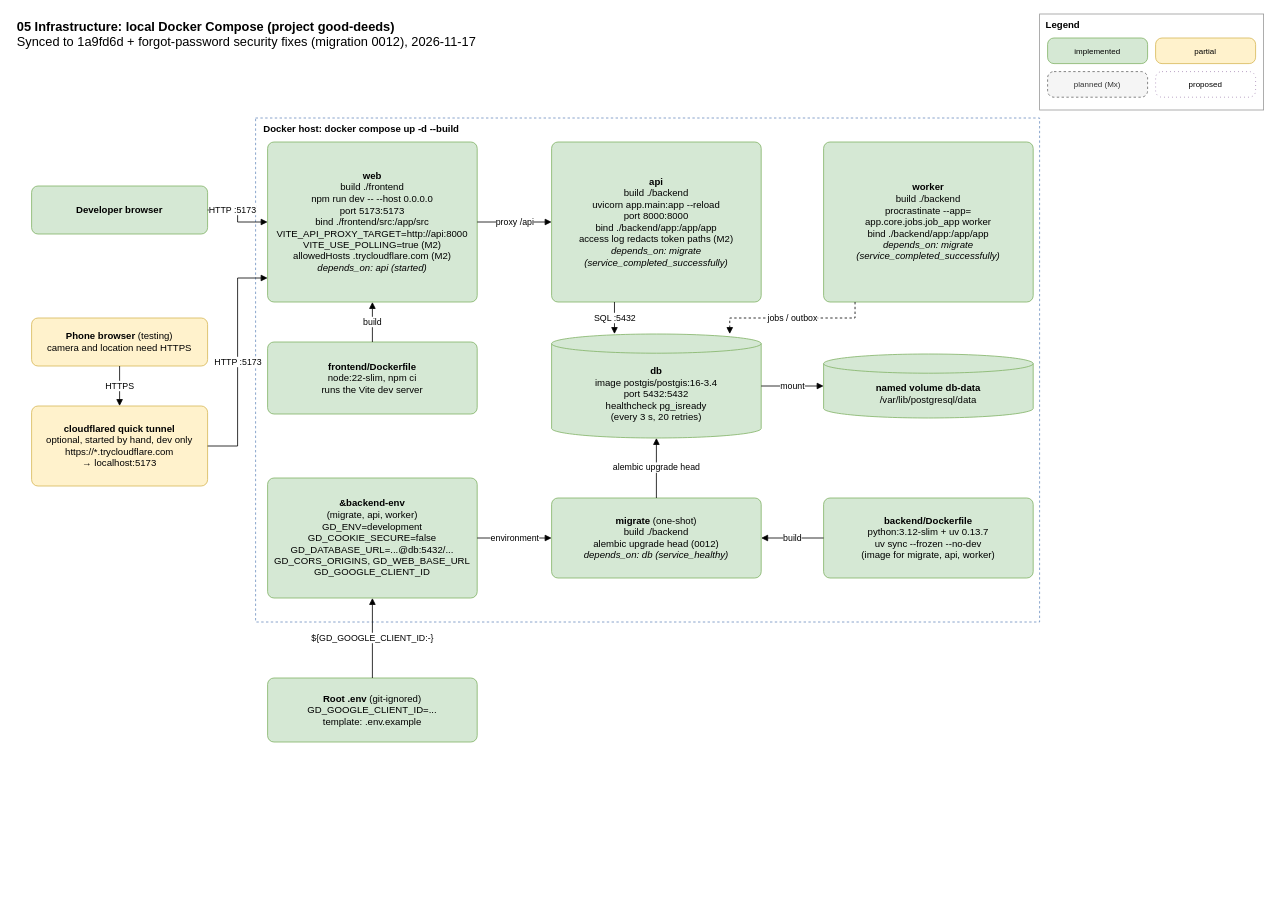
Earlier version of the draw.io diagram page "Local Docker Compose" (1 of 2) of docs/architecture/05-infrastructure-deployment.drawio (Ismail94M/Good-Deeds). Source tidied: cells renumbered, new cells numbered last; positions are measured from the earlier drawing's top-left corner, leaving out a move shared by most shapes. Both pictures are drawn from the tidied source at 80%, with x=0, y=0 at pixel (15, 14).
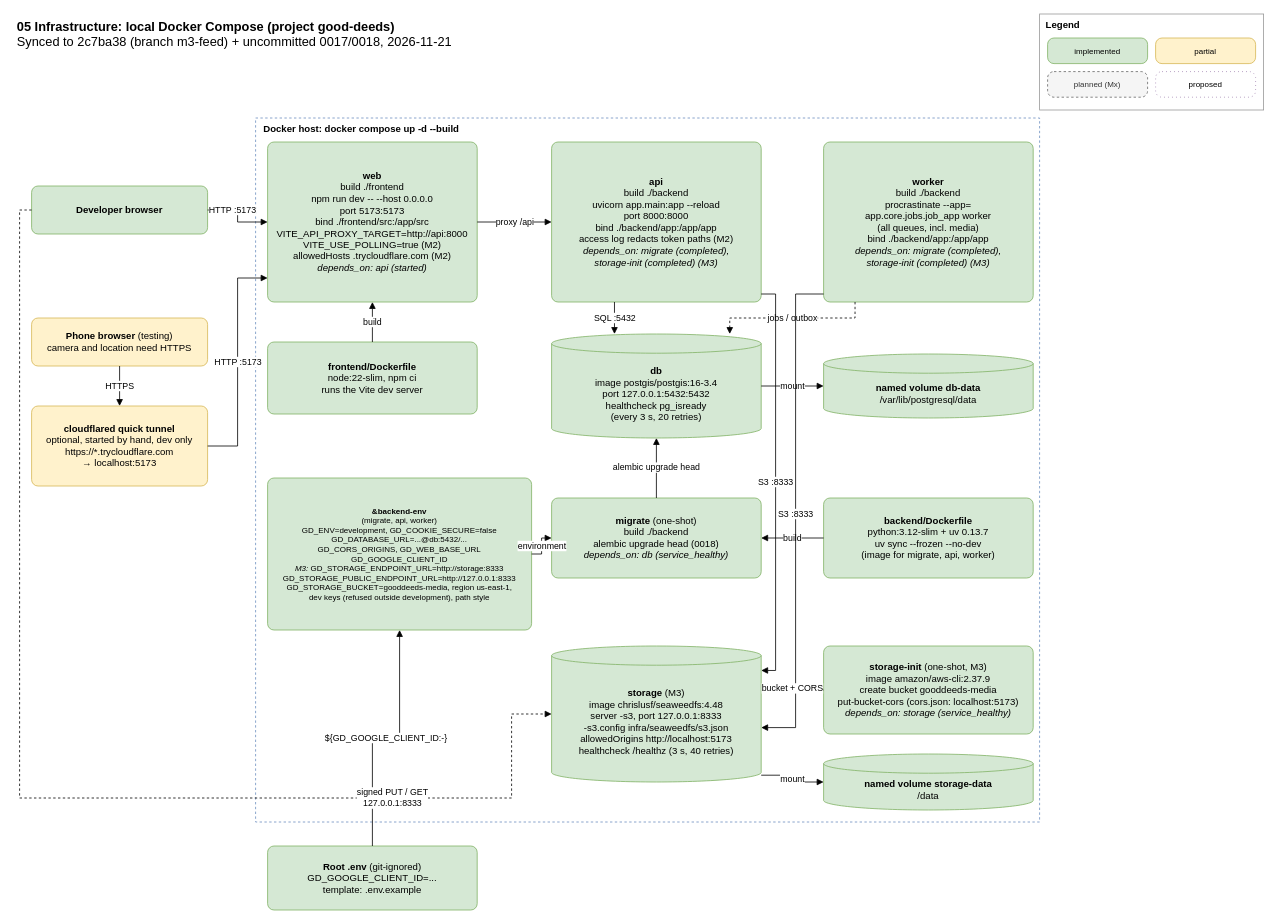
Above is the later version.

Unchanged cells that the change refers to:
```xml
<mxCell id="9" value="&lt;b&gt;Developer browser&lt;/b&gt;" style="rounded=1;absoluteArcSize=1;arcSize=16;whiteSpace=wrap;html=1;align=center;verticalAlign=middle;fillColor=#d5e8d4;strokeColor=#82b366;" parent="1" vertex="1">
  <mxGeometry x="20" y="215" width="220" height="60" as="geometry" />
</mxCell>
```

Change to the diagram source:
```diff
@@
-    <mxCell id="2" value="&lt;b&gt;05 Infrastructure: local Docker Compose (project good-deeds)&lt;/b&gt;&lt;br&gt;Synced to 1a9fd6d + forgot-password security fixes (migration 0012), 2026-11-17" style="text;html=1;align=left;verticalAlign=top;fontSize=16;" parent="1" vertex="1">
+    <mxCell id="2" value="&lt;b&gt;05 Infrastructure: local Docker Compose (project good-deeds)&lt;/b&gt;&lt;br&gt;Synced to 2c7ba38 (branch m3-feed) + uncommitted 0017/0018, 2026-11-21" style="text;html=1;align=left;verticalAlign=top;fontSize=16;" parent="1" vertex="1">
       <mxGeometry width="700" height="50" as="geometry" />
     </mxCell>
@@
     <mxCell id="8" value="Docker host: docker compose up -d --build" style="rounded=0;whiteSpace=wrap;html=1;fillColor=none;dashed=1;strokeColor=#6c8ebf;align=left;verticalAlign=top;spacingLeft=8;spacingBottom=4;fontStyle=1;" parent="1" vertex="1">
-      <mxGeometry x="300" y="130" width="980" height="630" as="geometry" />
+      <mxGeometry x="300" y="130" width="980" height="880" as="geometry" />
     </mxCell>
@@
-    <mxCell id="15" value="&lt;b&gt;api&lt;/b&gt;&lt;br&gt;build ./backend&lt;br&gt;uvicorn app.main:app --reload&lt;br&gt;port 8000:8000&lt;br&gt;bind ./backend/app:/app/app&lt;br&gt;access log redacts token paths (M2)&lt;br&gt;&lt;i&gt;depends_on: migrate&lt;br&gt;(service_completed_successfully)&lt;/i&gt;" style="rounded=1;absoluteArcSize=1;arcSize=16;whiteSpace=wrap;html=1;align=center;verticalAlign=middle;fillColor=#d5e8d4;strokeColor=#82b366;" parent="1" vertex="1">
+    <mxCell id="15" value="&lt;b&gt;api&lt;/b&gt;&lt;br&gt;build ./backend&lt;br&gt;uvicorn app.main:app --reload&lt;br&gt;port 8000:8000&lt;br&gt;bind ./backend/app:/app/app&lt;br&gt;access log redacts token paths (M2)&lt;br&gt;&lt;i&gt;depends_on: migrate (completed),&lt;br&gt;storage-init (completed) (M3)&lt;/i&gt;" style="rounded=1;absoluteArcSize=1;arcSize=16;whiteSpace=wrap;html=1;align=center;verticalAlign=middle;fillColor=#d5e8d4;strokeColor=#82b366;" parent="1" vertex="1">
       <mxGeometry x="670" y="160" width="262" height="200" as="geometry" />
     </mxCell>
-    <mxCell id="16" value="&lt;b&gt;worker&lt;/b&gt;&lt;br&gt;build ./backend&lt;br&gt;procrastinate --app=&lt;br&gt;app.core.jobs.job_app worker&lt;br&gt;bind ./backend/app:/app/app&lt;br&gt;&lt;i&gt;depends_on: migrate&lt;br&gt;(service_completed_successfully)&lt;/i&gt;" style="rounded=1;absoluteArcSize=1;arcSize=16;whiteSpace=wrap;html=1;align=center;verticalAlign=middle;fillColor=#d5e8d4;strokeColor=#82b366;" parent="1" vertex="1">
+    <mxCell id="16" value="&lt;b&gt;worker&lt;/b&gt;&lt;br&gt;build ./backend&lt;br&gt;procrastinate --app=&lt;br&gt;app.core.jobs.job_app worker&lt;br&gt;(all queues, incl. media)&lt;br&gt;bind ./backend/app:/app/app&lt;br&gt;&lt;i&gt;depends_on: migrate (completed),&lt;br&gt;storage-init (completed) (M3)&lt;/i&gt;" style="rounded=1;absoluteArcSize=1;arcSize=16;whiteSpace=wrap;html=1;align=center;verticalAlign=middle;fillColor=#d5e8d4;strokeColor=#82b366;" parent="1" vertex="1">
       <mxGeometry x="1010" y="160" width="262" height="200" as="geometry" />
     </mxCell>
@@
-    <mxCell id="18" value="&lt;b&gt;db&lt;/b&gt;&lt;br&gt;image postgis/postgis:16-3.4&lt;br&gt;port 5432:5432&lt;br&gt;healthcheck pg_isready&lt;br&gt;(every 3 s, 20 retries)" style="shape=cylinder3;whiteSpace=wrap;html=1;boundedLbl=1;backgroundOutline=1;size=12;fillColor=#d5e8d4;strokeColor=#82b366;" parent="1" vertex="1">
+    <mxCell id="18" value="&lt;b&gt;db&lt;/b&gt;&lt;br&gt;image postgis/postgis:16-3.4&lt;br&gt;port 127.0.0.1:5432:5432&lt;br&gt;healthcheck pg_isready&lt;br&gt;(every 3 s, 20 retries)" style="shape=cylinder3;whiteSpace=wrap;html=1;boundedLbl=1;backgroundOutline=1;size=12;fillColor=#d5e8d4;strokeColor=#82b366;" parent="1" vertex="1">
       <mxGeometry x="670" y="400" width="262" height="130" as="geometry" />
     </mxCell>
@@
-    <mxCell id="20" value="&lt;b&gt;&amp;amp;backend-env&lt;/b&gt;&lt;br&gt;(migrate, api, worker)&lt;br&gt;GD_ENV=development&lt;br&gt;GD_COOKIE_SECURE=false&lt;br&gt;GD_DATABASE_URL=...@db:5432/...&lt;br&gt;GD_CORS_ORIGINS, GD_WEB_BASE_URL&lt;br&gt;GD_GOOGLE_CLIENT_ID" style="rounded=1;absoluteArcSize=1;arcSize=16;whiteSpace=wrap;html=1;align=center;verticalAlign=middle;fillColor=#d5e8d4;strokeColor=#82b366;" parent="1" vertex="1">
-      <mxGeometry x="315" y="580" width="262" height="150" as="geometry" />
+    <mxCell id="20" value="&lt;b&gt;&amp;amp;backend-env&lt;/b&gt;&lt;br&gt;(migrate, api, worker)&lt;br&gt;GD_ENV=development, GD_COOKIE_SECURE=false&lt;br&gt;GD_DATABASE_URL=...@db:5432/...&lt;br&gt;GD_CORS_ORIGINS, GD_WEB_BASE_URL&lt;br&gt;GD_GOOGLE_CLIENT_ID&lt;br&gt;&lt;i&gt;M3:&lt;/i&gt; GD_STORAGE_ENDPOINT_URL=http://storage:8333&lt;br&gt;GD_STORAGE_PUBLIC_ENDPOINT_URL=http://127.0.0.1:8333&lt;br&gt;GD_STORAGE_BUCKET=gooddeeds-media, region us-east-1,&lt;br&gt;dev keys (refused outside development), path style" style="rounded=1;absoluteArcSize=1;arcSize=16;whiteSpace=wrap;html=1;align=center;verticalAlign=middle;fillColor=#d5e8d4;strokeColor=#82b366;fontSize=10;" parent="1" vertex="1">
+      <mxGeometry x="315" y="580" width="330" height="190" as="geometry" />
     </mxCell>
-    <mxCell id="21" value="&lt;b&gt;migrate&lt;/b&gt; (one-shot)&lt;br&gt;build ./backend&lt;br&gt;alembic upgrade head (0012)&lt;br&gt;&lt;i&gt;depends_on: db (service_healthy)&lt;/i&gt;" style="rounded=1;absoluteArcSize=1;arcSize=16;whiteSpace=wrap;html=1;align=center;verticalAlign=middle;fillColor=#d5e8d4;strokeColor=#82b366;" parent="1" vertex="1">
+    <mxCell id="21" value="&lt;b&gt;migrate&lt;/b&gt; (one-shot)&lt;br&gt;build ./backend&lt;br&gt;alembic upgrade head (0018)&lt;br&gt;&lt;i&gt;depends_on: db (service_healthy)&lt;/i&gt;" style="rounded=1;absoluteArcSize=1;arcSize=16;whiteSpace=wrap;html=1;align=center;verticalAlign=middle;fillColor=#d5e8d4;strokeColor=#82b366;" parent="1" vertex="1">
       <mxGeometry x="670" y="605" width="262" height="100" as="geometry" />
     </mxCell>
@@
     <mxCell id="23" value="&lt;b&gt;Root .env&lt;/b&gt; (git-ignored)&lt;br&gt;GD_GOOGLE_CLIENT_ID=...&lt;br&gt;template: .env.example" style="rounded=1;absoluteArcSize=1;arcSize=16;whiteSpace=wrap;html=1;align=center;verticalAlign=middle;fillColor=#d5e8d4;strokeColor=#82b366;" parent="1" vertex="1">
-      <mxGeometry x="315" y="830" width="262" height="80" as="geometry" />
+      <mxGeometry x="315" y="1040" width="262" height="80" as="geometry" />
     </mxCell>
@@
+    <mxCell id="34" value="&lt;b&gt;storage&lt;/b&gt; (M3)&lt;br&gt;image chrislusf/seaweedfs:4.48&lt;br&gt;server -s3, port 127.0.0.1:8333&lt;br&gt;-s3.config infra/seaweedfs/s3.json&lt;br&gt;allowedOrigins http://localhost:5173&lt;br&gt;healthcheck /healthz (3 s, 40 retries)" style="shape=cylinder3;whiteSpace=wrap;html=1;boundedLbl=1;backgroundOutline=1;size=12;fillColor=#d5e8d4;strokeColor=#82b366;" parent="1" vertex="1">
+      <mxGeometry x="670" y="790" width="262" height="170" as="geometry" />
+    </mxCell>
+    <mxCell id="35" value="&lt;b&gt;storage-init&lt;/b&gt; (one-shot, M3)&lt;br&gt;image amazon/aws-cli:2.37.9&lt;br&gt;create bucket gooddeeds-media&lt;br&gt;put-bucket-cors (cors.json: localhost:5173)&lt;br&gt;&lt;i&gt;depends_on: storage (service_healthy)&lt;/i&gt;" style="rounded=1;absoluteArcSize=1;arcSize=16;whiteSpace=wrap;html=1;align=center;verticalAlign=middle;fillColor=#d5e8d4;strokeColor=#82b366;" parent="1" vertex="1">
+      <mxGeometry x="1010" y="790" width="262" height="110" as="geometry" />
+    </mxCell>
+    <mxCell id="36" value="&lt;b&gt;named volume storage-data&lt;/b&gt;&lt;br&gt;/data" style="shape=cylinder3;whiteSpace=wrap;html=1;boundedLbl=1;backgroundOutline=1;size=12;fillColor=#d5e8d4;strokeColor=#82b366;" parent="1" vertex="1">
+      <mxGeometry x="1010" y="925" width="262" height="70" as="geometry" />
+    </mxCell>
+    <mxCell id="37" value="S3 :8333" style="edgeStyle=orthogonalEdgeStyle;rounded=0;html=1;endArrow=block;labelBackgroundColor=#ffffff;exitX=1;exitY=0.95;exitDx=0;exitDy=0;entryX=1;entryY=0.18;entryDx=0;entryDy=0;" parent="1" edge="1" source="15" target="34">
+      <mxGeometry relative="1" as="geometry">
+        <Array as="points">
+          <mxPoint x="950" y="350" />
+          <mxPoint x="950" y="821" />
+        </Array>
+      </mxGeometry>
+    </mxCell>
+    <mxCell id="38" value="S3 :8333" style="edgeStyle=orthogonalEdgeStyle;rounded=0;html=1;endArrow=block;labelBackgroundColor=#ffffff;exitX=0;exitY=0.95;exitDx=0;exitDy=0;entryX=1;entryY=0.6;entryDx=0;entryDy=0;" parent="1" edge="1" source="16" target="34">
+      <mxGeometry relative="1" as="geometry">
+        <Array as="points">
+          <mxPoint x="975" y="350" />
+          <mxPoint x="975" y="892" />
+        </Array>
+      </mxGeometry>
+    </mxCell>
+    <mxCell id="39" value="bucket + CORS" style="edgeStyle=orthogonalEdgeStyle;rounded=0;html=1;endArrow=block;labelBackgroundColor=#ffffff;exitX=0;exitY=0.5;exitDx=0;exitDy=0;entryX=1;entryY=0.3;entryDx=0;entryDy=0;" parent="1" edge="1" source="35" target="34">
+      <mxGeometry relative="1" as="geometry" />
+    </mxCell>
+    <mxCell id="40" value="mount" style="edgeStyle=orthogonalEdgeStyle;rounded=0;html=1;endArrow=block;labelBackgroundColor=#ffffff;exitX=1;exitY=0.95;exitDx=0;exitDy=0;entryX=0;entryY=0.5;entryDx=0;entryDy=0;" parent="1" edge="1" source="34" target="36">
+      <mxGeometry relative="1" as="geometry" />
+    </mxCell>
+    <mxCell id="41" value="signed PUT / GET&lt;br&gt;127.0.0.1:8333" style="edgeStyle=orthogonalEdgeStyle;rounded=0;html=1;endArrow=block;labelBackgroundColor=#ffffff;dashed=1;exitX=0;exitY=0.5;exitDx=0;exitDy=0;entryX=0;entryY=0.5;entryDx=0;entryDy=0;" parent="1" edge="1" source="9" target="34">
+      <mxGeometry x="0.6" relative="1" as="geometry">
+        <Array as="points">
+          <mxPoint x="5" y="245" />
+          <mxPoint x="5" y="980" />
+          <mxPoint x="620" y="980" />
+          <mxPoint x="620" y="875" />
+        </Array>
+      </mxGeometry>
+    </mxCell>
```
